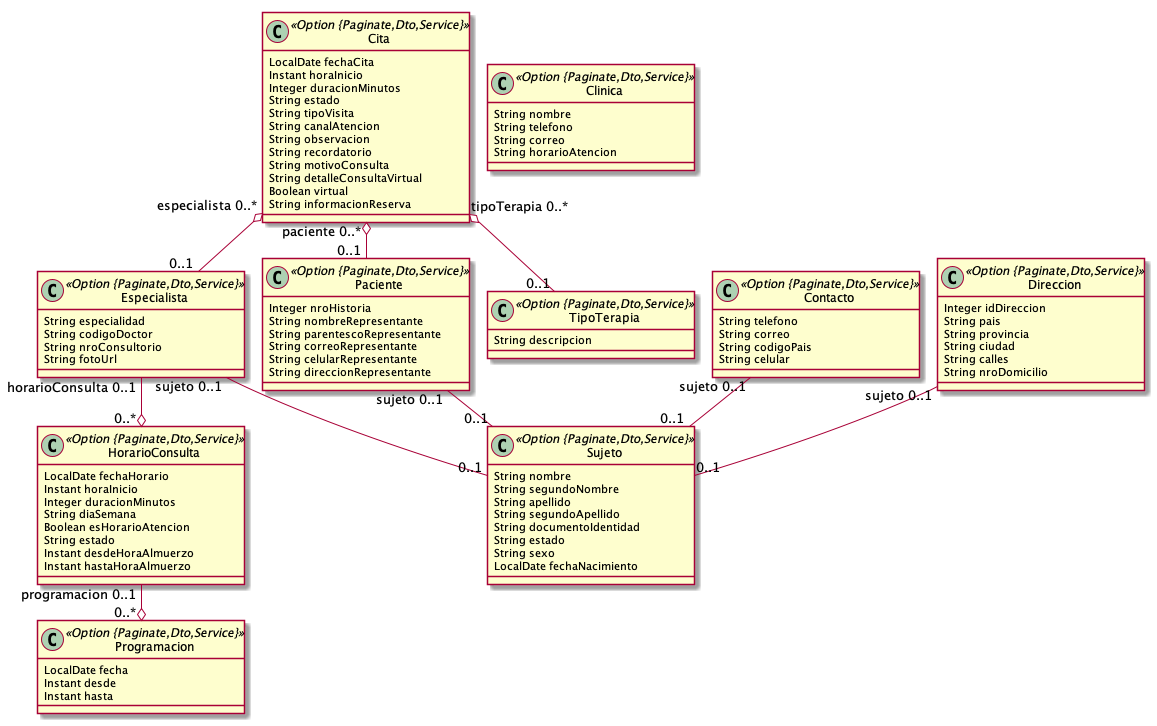
This is modelado.png from jayaleonardo/agendamiento, a PlantUML export, as it was before one commit.
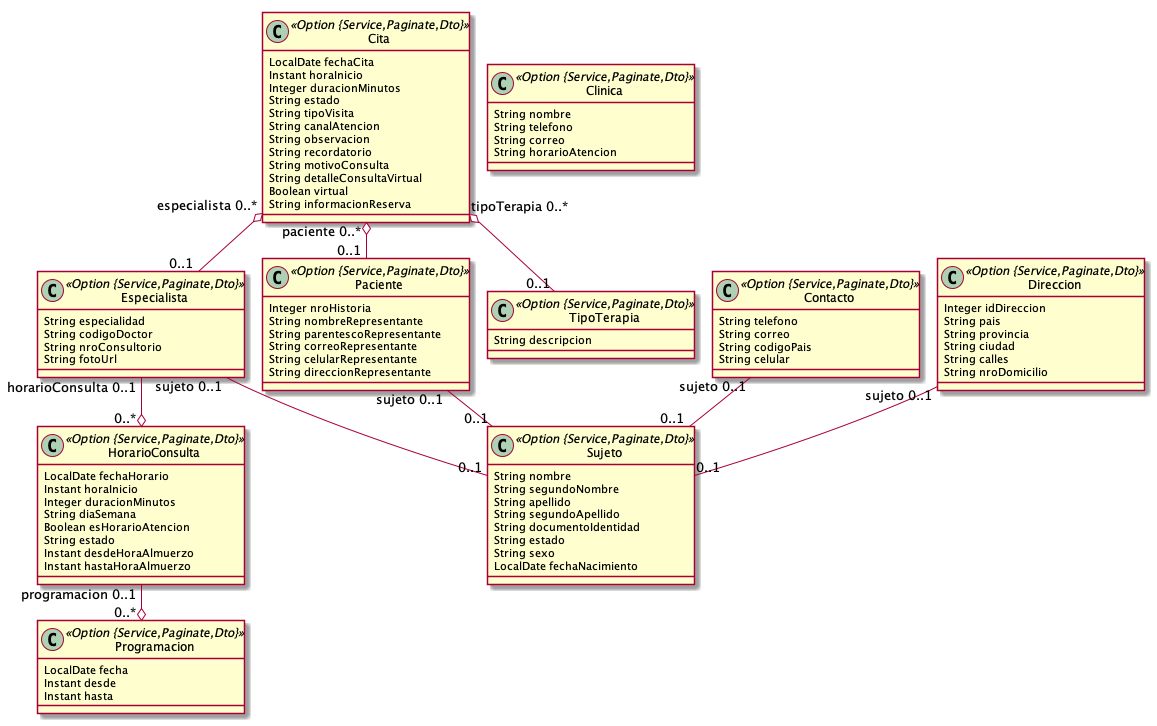
After the commit.

The edit, as a diff of the source:
```diff
@@ -1,7 +1,7 @@
 @startuml
 	!pragma layout smetana
 	!pragma syntax class
-	class Cita <<Option {Paginate,Dto,Service}>> {
+	class Cita <<Option {Service,Paginate,Dto}>> {
 		LocalDate fechaCita
 		Instant horaInicio
 		Integer duracionMinutos
@@ -15,7 +15,7 @@
 		Boolean virtual
 		String informacionReserva
 	}
-	class Paciente <<Option {Paginate,Dto,Service}>> {
+	class Paciente <<Option {Service,Paginate,Dto}>> {
 		Integer nroHistoria
 		String nombreRepresentante
 		String parentescoRepresentante
@@ -23,7 +23,7 @@
 		String celularRepresentante
 		String direccionRepresentante
 	}
-	class Sujeto <<Option {Paginate,Dto,Service}>> {
+	class Sujeto <<Option {Service,Paginate,Dto}>> {
 		String nombre
 		String segundoNombre
 		String apellido
@@ -33,13 +33,13 @@
 		String sexo
 		LocalDate fechaNacimiento
 	}
-	class Especialista <<Option {Paginate,Dto,Service}>> {
+	class Especialista <<Option {Service,Paginate,Dto}>> {
 		String especialidad
 		String codigoDoctor
 		String nroConsultorio
 		String fotoUrl
 	}
-	class HorarioConsulta <<Option {Paginate,Dto,Service}>> {
+	class HorarioConsulta <<Option {Service,Paginate,Dto}>> {
 		LocalDate fechaHorario
 		Instant horaInicio
 		Integer duracionMinutos
@@ -49,13 +49,13 @@
 		Instant desdeHoraAlmuerzo
 		Instant hastaHoraAlmuerzo
 	}
-	class Contacto <<Option {Paginate,Dto,Service}>> {
+	class Contacto <<Option {Service,Paginate,Dto}>> {
 		String telefono
 		String correo
 		String codigoPais
 		String celular
 	}
-	class Direccion <<Option {Paginate,Dto,Service}>> {
+	class Direccion <<Option {Service,Paginate,Dto}>> {
 		Integer idDireccion
 		String pais
 		String provincia
@@ -63,16 +63,16 @@
 		String calles
 		String nroDomicilio
 	}
-	class Clinica <<Option {Paginate,Dto,Service}>> {
+	class Clinica <<Option {Service,Paginate,Dto}>> {
 		String nombre
 		String telefono
 		String correo
 		String horarioAtencion
 	}
-	class TipoTerapia <<Option {Paginate,Dto,Service}>> {
+	class TipoTerapia <<Option {Service,Paginate,Dto}>> {
 		String descripcion
 	}
-	class Programacion <<Option {Paginate,Dto,Service}>> {
+	class Programacion <<Option {Service,Paginate,Dto}>> {
 		LocalDate fecha
 		Instant desde
 		Instant hasta
```
